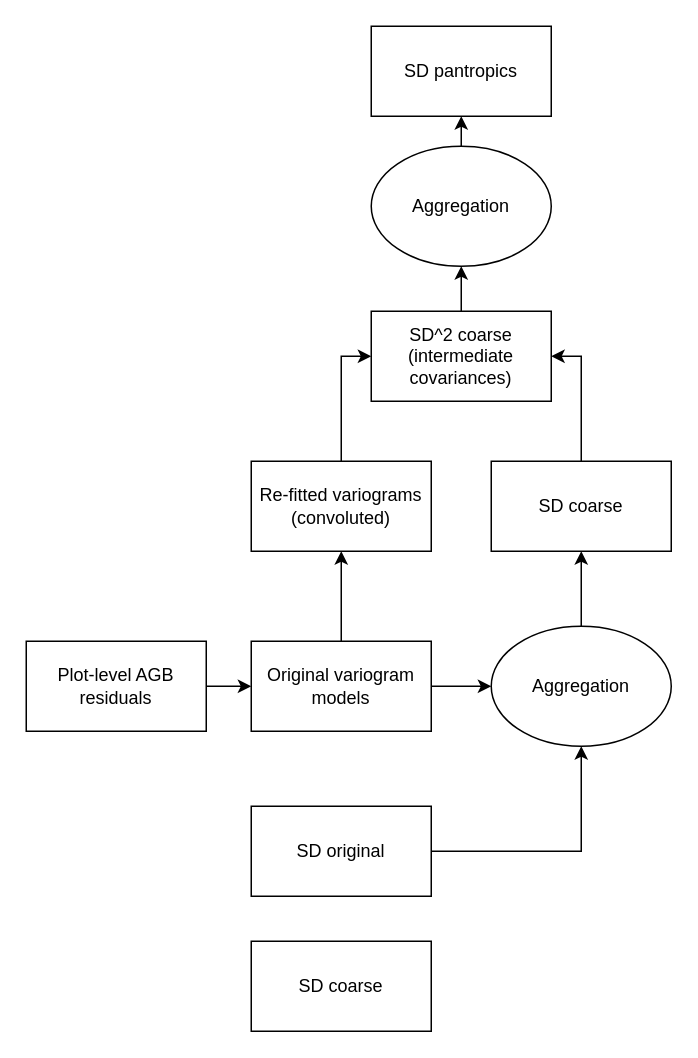
This is vg.drawio from arnanaraza/diagrams, a draw.io file, before an edit. Source tidied: cells renumbered, new cells numbered last; positions are measured from the earlier drawing's top-left corner, leaving out a move shared by most shapes. Both pictures are drawn from the tidied source at 150%, with x=0, y=0 at pixel (26, 26).
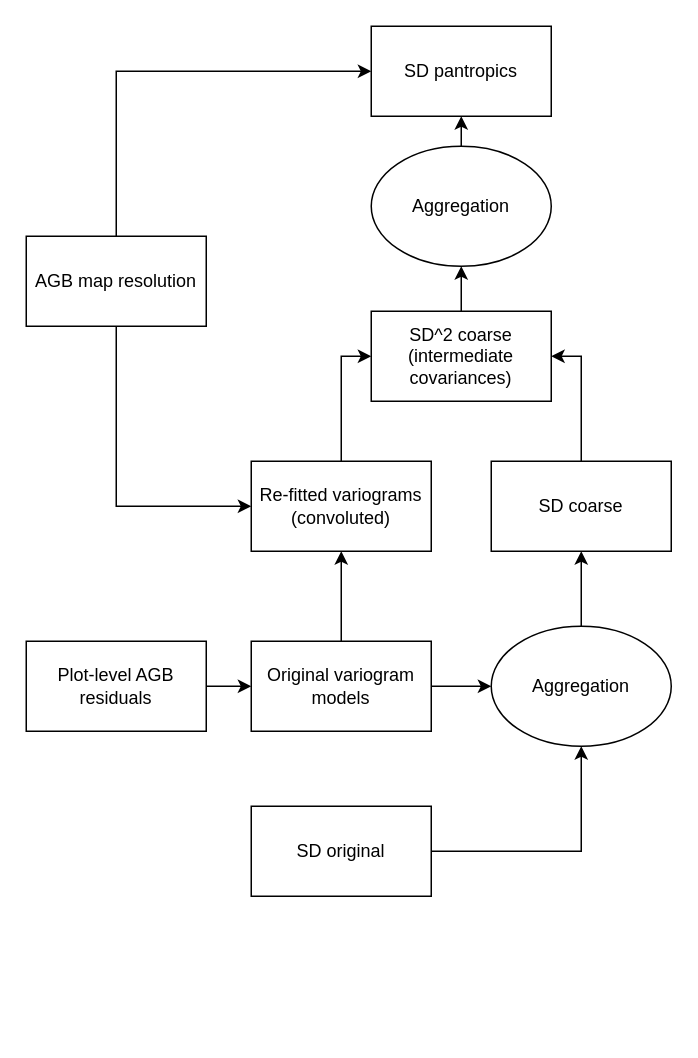
After the change.

Unchanged cells that the change refers to:
```xml
<mxCell id="12" value="Re-fitted variograms (convoluted)" style="rounded=0;whiteSpace=wrap;html=1;" parent="1" vertex="1">
  <mxGeometry x="150" y="290" width="120" height="60" as="geometry" />
</mxCell>
<mxCell id="17" value="SD pantropics" style="rounded=0;whiteSpace=wrap;html=1;" parent="1" vertex="1">
  <mxGeometry x="230" width="120" height="60" as="geometry" />
</mxCell>
```

What changed in the source:
```diff
@@
-    <mxCell id="18" value="SD coarse" style="rounded=0;whiteSpace=wrap;html=1;" parent="1" vertex="1">
-      <mxGeometry x="150" y="610" width="120" height="60" as="geometry" />
-    </mxCell>
@@
+    <mxCell id="21" style="edgeStyle=orthogonalEdgeStyle;rounded=0;jettySize=auto;html=1;exitX=0.5;exitY=1;exitDx=0;exitDy=0;entryX=0;entryY=0.5;entryDx=0;entryDy=0;" parent="1" edge="1" source="23" target="12">
+      <mxGeometry relative="1" as="geometry" />
+    </mxCell>
+    <mxCell id="22" style="edgeStyle=orthogonalEdgeStyle;rounded=0;jettySize=auto;html=1;exitX=0.5;exitY=0;exitDx=0;exitDy=0;entryX=0;entryY=0.5;entryDx=0;entryDy=0;" parent="1" edge="1" source="23" target="17">
+      <mxGeometry relative="1" as="geometry" />
+    </mxCell>
+    <mxCell id="23" value="AGB map resolution" style="rounded=0;whiteSpace=wrap;html=1;" parent="1" vertex="1">
+      <mxGeometry y="140" width="120" height="60" as="geometry" />
+    </mxCell>
```
